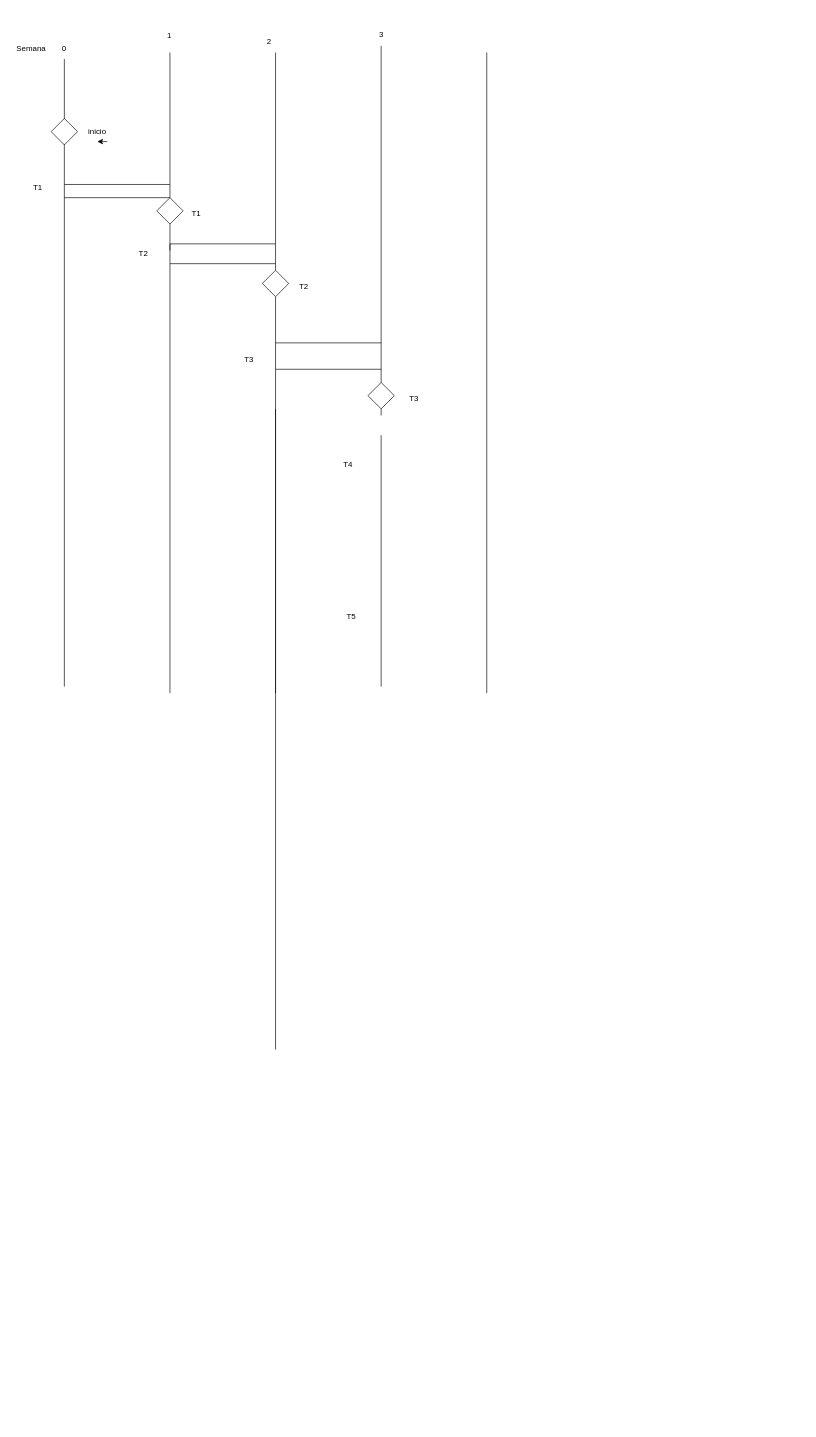
Railer03/IngeSoftware keeps this draw.io diagram as ingesoft.drawio. Above is the earlier version. Source tidied: cells renumbered, new cells numbered last; positions are measured from the earlier drawing's top-left corner, leaving out a move shared by most shapes. Both pictures are drawn from the tidied source at 66%, with x=0, y=0 at pixel (11, 24).
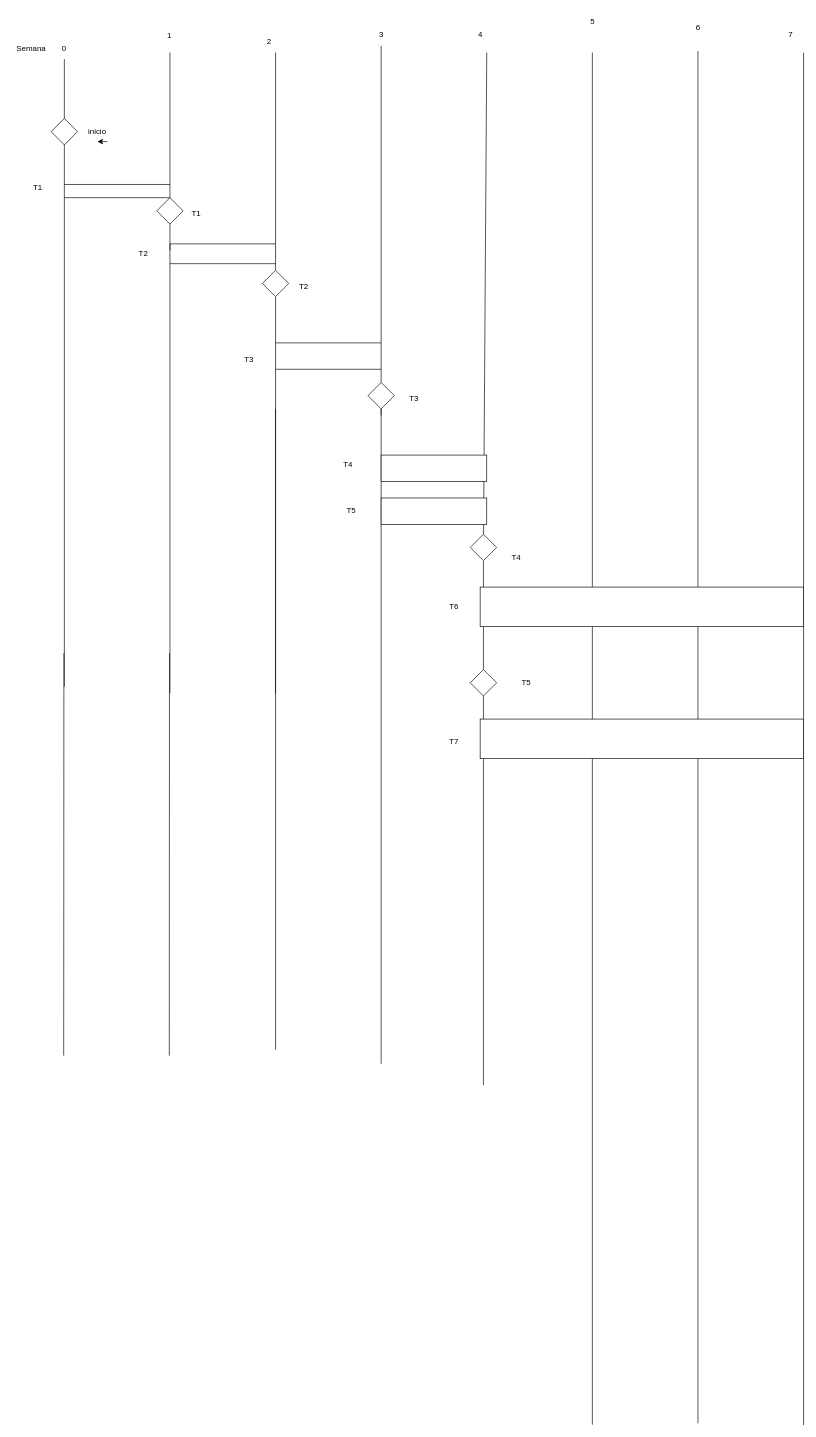
The same diagram, later.

Unchanged cells that the change refers to:
```xml
<mxCell id="30" style="rhombus;whiteSpace=wrap;html=1;" parent="1" vertex="1">
  <mxGeometry x="540" y="542" width="40" height="40" as="geometry" />
</mxCell>
```

What changed in the source:
```diff
@@
-    <mxCell id="13" style="endArrow=none;html=1;rounded=0;" parent="1" edge="1">
+    <mxCell id="13" style="endArrow=none;html=1;rounded=0;" parent="1" edge="1" source="46">
       <mxGeometry relative="1" as="geometry">
-        <mxPoint x="720" y="1012.8" as="sourcePoint" />
         <mxPoint x="720" y="42" as="targetPoint" />
       </mxGeometry>
     </mxCell>
@@
-    <mxCell id="31" style="endArrow=none;html=1;rounded=0;" parent="1" edge="1">
+    <mxCell id="31" style="endArrow=none;html=1;rounded=0;entryX=0.5;entryY=1;entryDx=0;entryDy=0;" parent="1" edge="1" target="30">
       <mxGeometry relative="1" as="geometry">
-        <mxPoint x="560" y="1002.8" as="sourcePoint" />
-        <mxPoint x="560" y="622" as="targetPoint" />
+        <mxPoint x="560" y="1574.3" as="sourcePoint" />
       </mxGeometry>
     </mxCell>
@@
     <mxCell id="35" value="T5" style="text;html=1;align=center;verticalAlign=middle;whiteSpace=wrap;rounded=0;" parent="1" vertex="1">
-      <mxGeometry x="485" y="882" width="60" height="30" as="geometry" />
+      <mxGeometry x="485" y="722" width="60" height="30" as="geometry" />
     </mxCell>
@@
+    <mxCell id="39" style="rounded=0;whiteSpace=wrap;html=1;" parent="1" vertex="1">
+      <mxGeometry x="560" y="652" width="160" height="40" as="geometry" />
+    </mxCell>
+    <mxCell id="40" style="rounded=0;whiteSpace=wrap;html=1;" parent="1" vertex="1">
+      <mxGeometry x="560" y="717" width="160" height="40" as="geometry" />
+    </mxCell>
+    <mxCell id="41" value="4" style="text;html=1;align=center;verticalAlign=middle;strokeColor=none;fillColor=none;" parent="1" vertex="1">
+      <mxGeometry x="695" width="30" height="30" as="geometry" />
+    </mxCell>
+    <mxCell id="42" value="T5" style="text;html=1;align=center;verticalAlign=middle;whiteSpace=wrap;rounded=0;" parent="1" vertex="1">
+      <mxGeometry x="750" y="982" width="60" height="30" as="geometry" />
+    </mxCell>
+    <mxCell id="43" style="endArrow=none;html=1;rounded=0;entryX=0.5;entryY=1;entryDx=0;entryDy=0;" parent="1" edge="1">
+      <mxGeometry relative="1" as="geometry">
+        <mxPoint x="239" y="1562" as="sourcePoint" />
+        <mxPoint x="239.3" y="952" as="targetPoint" />
+      </mxGeometry>
+    </mxCell>
+    <mxCell id="44" style="endArrow=none;html=1;rounded=0;entryX=0.5;entryY=1;entryDx=0;entryDy=0;" parent="1" edge="1">
+      <mxGeometry relative="1" as="geometry">
+        <mxPoint x="79" y="1562" as="sourcePoint" />
+        <mxPoint x="79.3" y="952" as="targetPoint" />
+      </mxGeometry>
+    </mxCell>
+    <mxCell id="45" style="endArrow=none;html=1;rounded=0;" parent="1" edge="1" source="50" target="46">
+      <mxGeometry relative="1" as="geometry" />
+    </mxCell>
+    <mxCell id="46" style="rhombus;whiteSpace=wrap;html=1;" parent="1" vertex="1">
+      <mxGeometry x="695" y="772" width="40" height="40" as="geometry" />
+    </mxCell>
+    <mxCell id="47" value="T4" style="text;html=1;align=center;verticalAlign=middle;whiteSpace=wrap;rounded=0;" parent="1" vertex="1">
+      <mxGeometry x="735" y="792" width="60" height="30" as="geometry" />
+    </mxCell>
+    <mxCell id="48" value="T6" style="text;html=1;align=center;verticalAlign=middle;strokeColor=none;fillColor=none;" parent="1" vertex="1">
+      <mxGeometry x="650" y="867" width="40" height="30" as="geometry" />
+    </mxCell>
+    <mxCell id="49" style="endArrow=none;html=1;rounded=0;" parent="1" edge="1" target="50">
+      <mxGeometry relative="1" as="geometry">
+        <mxPoint x="715" y="1606.6" as="sourcePoint" />
+      </mxGeometry>
+    </mxCell>
+    <mxCell id="50" style="rhombus;whiteSpace=wrap;html=1;" parent="1" vertex="1">
+      <mxGeometry x="695" y="977" width="40" height="40" as="geometry" />
+    </mxCell>
+    <mxCell id="51" value="T7" style="text;html=1;align=center;verticalAlign=middle;strokeColor=none;fillColor=none;" parent="1" vertex="1">
+      <mxGeometry x="650" y="1072" width="40" height="30" as="geometry" />
+    </mxCell>
+    <mxCell id="52" style="endArrow=none;html=1;rounded=0;" parent="1" edge="1">
+      <mxGeometry relative="1" as="geometry">
+        <mxPoint x="880" y="2121.1" as="sourcePoint" />
+        <mxPoint x="880" y="42" as="targetPoint" />
+      </mxGeometry>
+    </mxCell>
+    <mxCell id="53" style="endArrow=none;html=1;rounded=0;" parent="1" edge="1">
+      <mxGeometry relative="1" as="geometry">
+        <mxPoint x="1040" y="2119.1" as="sourcePoint" />
+        <mxPoint x="1040" y="40" as="targetPoint" />
+      </mxGeometry>
+    </mxCell>
+    <mxCell id="54" style="endArrow=none;html=1;rounded=0;" parent="1" edge="1">
+      <mxGeometry relative="1" as="geometry">
+        <mxPoint x="1200" y="2121.6" as="sourcePoint" />
+        <mxPoint x="1200" y="42.4" as="targetPoint" />
+      </mxGeometry>
+    </mxCell>
+    <mxCell id="55" style="rounded=0;whiteSpace=wrap;html=1;" parent="1" vertex="1">
+      <mxGeometry x="710" y="1052" width="490" height="60" as="geometry" />
+    </mxCell>
+    <mxCell id="56" style="rounded=0;whiteSpace=wrap;html=1;" parent="1" vertex="1">
+      <mxGeometry x="710" y="852" width="490" height="60" as="geometry" />
+    </mxCell>
+    <mxCell id="57" value="5" style="text;html=1;align=center;verticalAlign=middle;strokeColor=none;fillColor=none;" parent="1" vertex="1">
+      <mxGeometry x="865" y="-20" width="30" height="30" as="geometry" />
+    </mxCell>
+    <mxCell id="58" value="6" style="text;html=1;align=center;verticalAlign=middle;strokeColor=none;fillColor=none;" parent="1" vertex="1">
+      <mxGeometry x="1025" y="-10" width="30" height="30" as="geometry" />
+    </mxCell>
+    <mxCell id="59" value="7" style="text;html=1;align=center;verticalAlign=middle;strokeColor=none;fillColor=none;" parent="1" vertex="1">
+      <mxGeometry x="1165" width="30" height="30" as="geometry" />
+    </mxCell>
```
